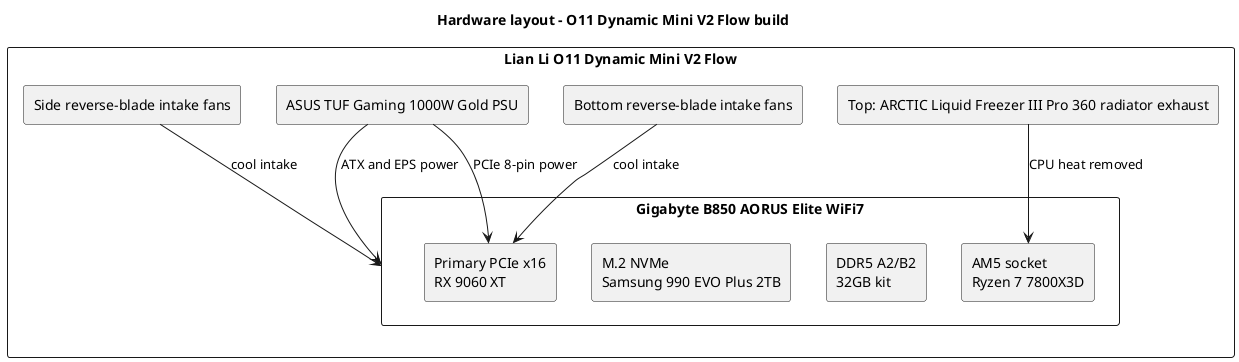
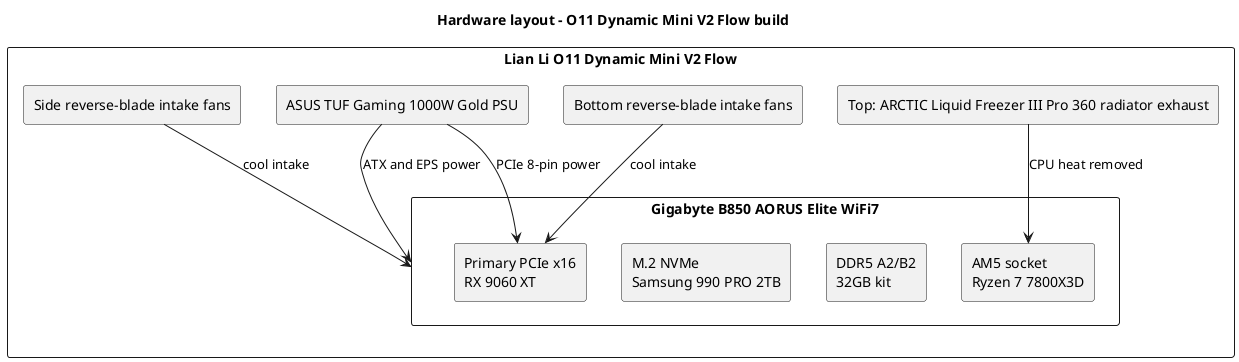
@startuml
title Hardware layout - O11 Dynamic Mini V2 Flow build
skinparam componentStyle rectangle

rectangle "Lian Li O11 Dynamic Mini V2 Flow" {
  rectangle "Top: ARCTIC Liquid Freezer III Pro 360 radiator exhaust" as Radiator
  rectangle "Gigabyte B850 AORUS Elite WiFi7" as Motherboard {
    rectangle "AM5 socket\nRyzen 7 7800X3D" as CPU
    rectangle "DDR5 A2/B2\n32GB kit" as RAM
-     rectangle "M.2 NVMe\nSamsung 990 EVO Plus 2TB" as SSD
+     rectangle "M.2 NVMe\nSamsung 990 PRO 2TB" as SSD
    rectangle "Primary PCIe x16\nRX 9060 XT" as GPU
  }
  rectangle "Bottom reverse-blade intake fans" as BottomFans
  rectangle "Side reverse-blade intake fans" as SideFans
  rectangle "ASUS TUF Gaming 1000W Gold PSU" as PSU
}

SideFans --> Motherboard : cool intake
BottomFans --> GPU : cool intake
Radiator --> CPU : CPU heat removed
PSU --> Motherboard : ATX and EPS power
PSU --> GPU : PCIe 8-pin power
@enduml
